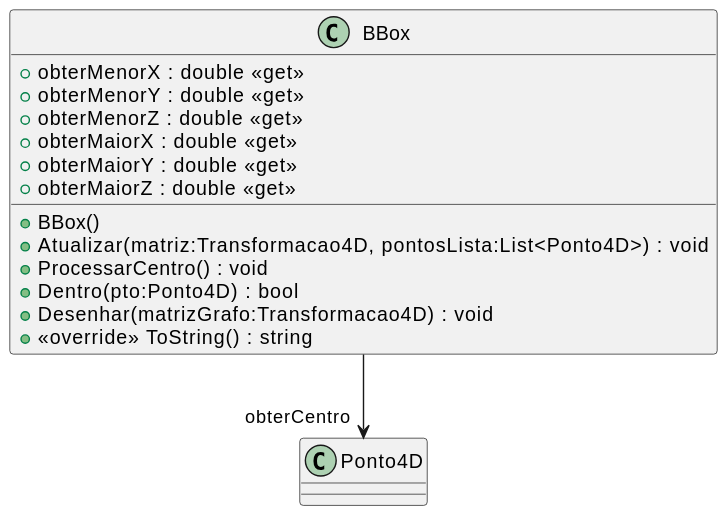
Above: svg/CG_Biblioteca/plantuml/BBox.svg in majutestoni/disciplina_CG_2025_1 (PlantUML), before the change.
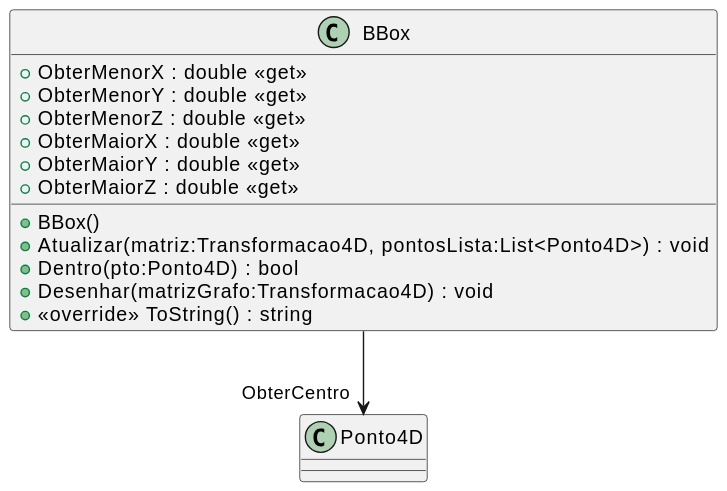
Later version of the same file.

Change to the diagram source:
```diff
@@ -2,16 +2,15 @@
 class BBox {
     + BBox()
     + Atualizar(matriz:Transformacao4D, pontosLista:List<Ponto4D>) : void
-    + ProcessarCentro() : void
     + Dentro(pto:Ponto4D) : bool
-    + obterMenorX : double <<get>>
-    + obterMenorY : double <<get>>
-    + obterMenorZ : double <<get>>
-    + obterMaiorX : double <<get>>
-    + obterMaiorY : double <<get>>
-    + obterMaiorZ : double <<get>>
+    + ObterMenorX : double <<get>>
+    + ObterMenorY : double <<get>>
+    + ObterMenorZ : double <<get>>
+    + ObterMaiorX : double <<get>>
+    + ObterMaiorY : double <<get>>
+    + ObterMaiorZ : double <<get>>
     + Desenhar(matrizGrafo:Transformacao4D) : void
     + <<override>> ToString() : string
 }
-BBox --> "obterCentro" Ponto4D
+BBox --> "ObterCentro" Ponto4D
 @enduml
```
